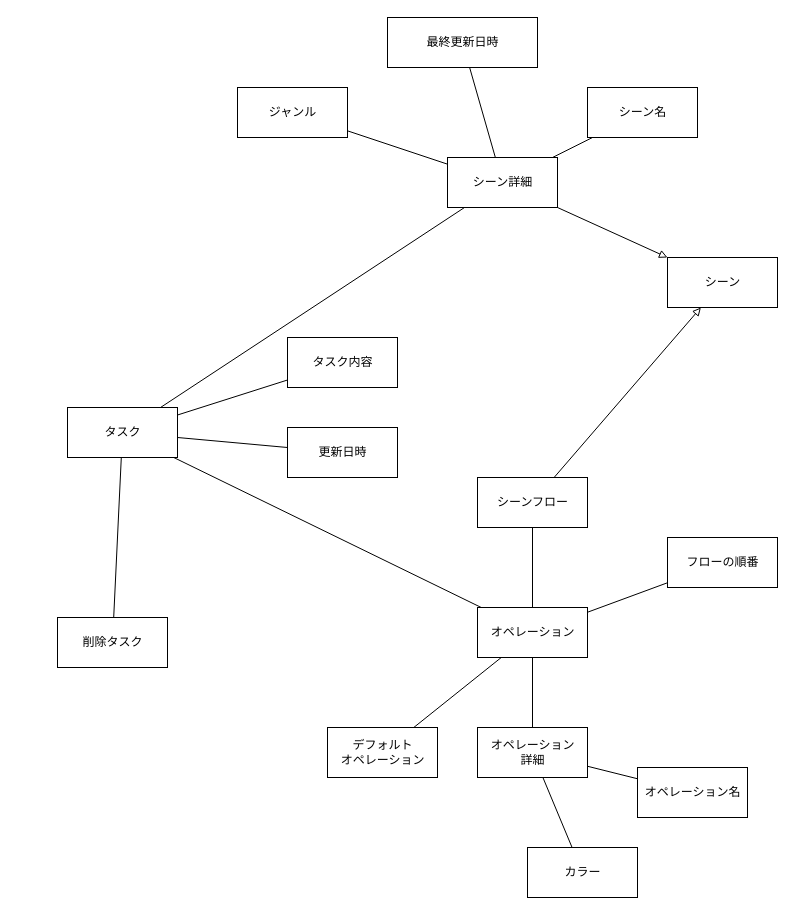
This is page "概念モデル" (1 of 2) of document/model/model.dio from takemo101/tasking-flutter, a draw.io file, before an edit. Source tidied: cells renumbered, new cells numbered last; positions are measured from the earlier drawing's top-left corner, leaving out a move shared by most shapes. Both pictures are drawn from the tidied source at 100%, with x=0, y=0 at pixel (57, 17).
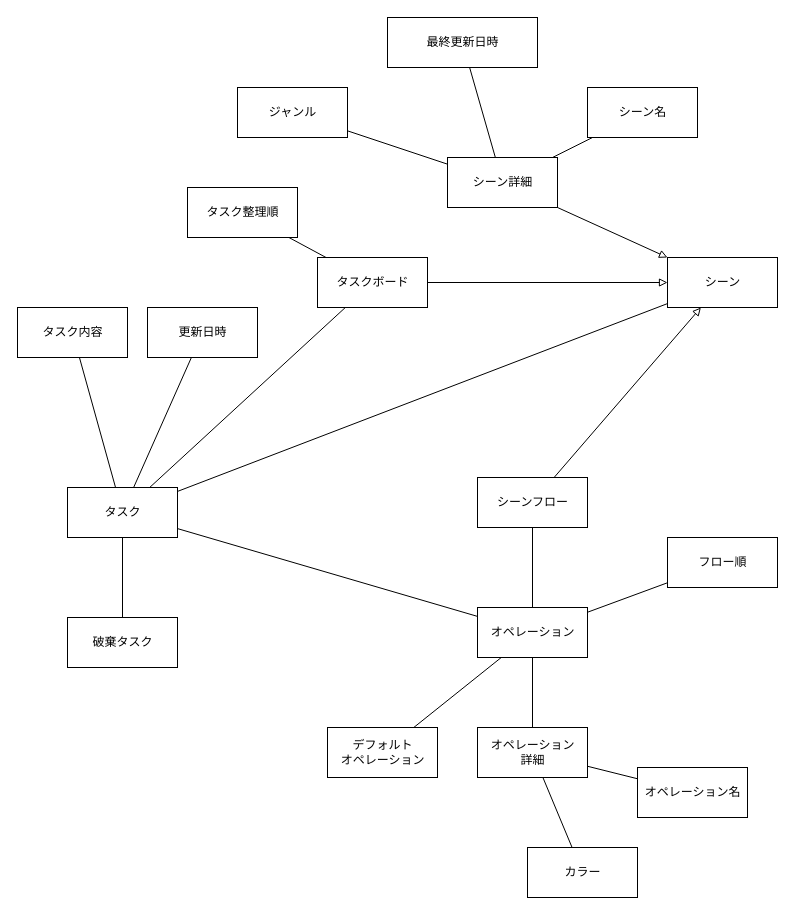
After the change.

Unchanged cells that the change refers to:
```xml
<mxCell id="4" value="シーン詳細" style="html=1;" parent="1" vertex="1">
  <mxGeometry x="390" y="140" width="110" height="50" as="geometry" />
</mxCell>
<mxCell id="33" value="シーン" style="html=1;" parent="1" vertex="1">
  <mxGeometry x="610" y="240" width="110" height="50" as="geometry" />
</mxCell>
```

Diff of the diagram source:
```diff
@@
-    <mxCell id="2" style="edgeStyle=none;html=1;endArrow=none;endFill=0;" parent="1" edge="1" source="4" target="8">
+    <mxCell id="2" style="edgeStyle=none;html=1;endArrow=none;endFill=0;" parent="1" edge="1" source="33" target="8">
       <mxGeometry relative="1" as="geometry" />
     </mxCell>
-    <mxCell id="3" style="edgeStyle=none;html=1;endArrow=block;endFill=0;" parent="1" edge="1" source="4" target="33">
+    <mxCell id="3" style="edgeStyle=none;html=1;endArrow=block;endFill=0;" parent="1" edge="1" source="35" target="33">
       <mxGeometry relative="1" as="geometry" />
     </mxCell>
@@
+    <mxCell id="34" style="edgeStyle=none;html=1;endArrow=none;endFill=0;" parent="1" edge="1" source="8" target="35">
+      <mxGeometry relative="1" as="geometry" />
+    </mxCell>
     <mxCell id="8" value="タスク" style="html=1;" parent="1" vertex="1">
-      <mxGeometry x="10" y="390" width="110" height="50" as="geometry" />
+      <mxGeometry x="10" y="470" width="110" height="50" as="geometry" />
     </mxCell>
@@
     <mxCell id="18" value="タスク内容" style="html=1;" parent="1" vertex="1">
-      <mxGeometry x="230" y="320" width="110" height="50" as="geometry" />
+      <mxGeometry x="-40" y="290" width="110" height="50" as="geometry" />
     </mxCell>
@@
-    <mxCell id="20" value="フローの順番" style="html=1;" parent="1" vertex="1">
+    <mxCell id="20" value="フロー順" style="html=1;" parent="1" vertex="1">
       <mxGeometry x="610" y="520" width="110" height="50" as="geometry" />
     </mxCell>
@@
     <mxCell id="22" value="更新日時" style="html=1;" parent="1" vertex="1">
-      <mxGeometry x="230" y="410" width="110" height="50" as="geometry" />
+      <mxGeometry x="90" y="290" width="110" height="50" as="geometry" />
     </mxCell>
@@
-    <mxCell id="24" value="削除タスク" style="html=1;" parent="1" vertex="1">
-      <mxGeometry y="600" width="110" height="50" as="geometry" />
+    <mxCell id="24" value="破棄タスク" style="html=1;" parent="1" vertex="1">
+      <mxGeometry x="10" y="600" width="110" height="50" as="geometry" />
     </mxCell>
@@
+    <mxCell id="35" value="タスクボード" style="html=1;" parent="1" vertex="1">
+      <mxGeometry x="260" y="240" width="110" height="50" as="geometry" />
+    </mxCell>
+    <mxCell id="36" style="edgeStyle=none;html=1;endArrow=block;endFill=0;" parent="1" edge="1" source="4" target="33">
+      <mxGeometry relative="1" as="geometry" />
+    </mxCell>
+    <mxCell id="37" style="edgeStyle=none;html=1;endArrow=none;endFill=0;" parent="1" edge="1" source="38" target="35">
+      <mxGeometry relative="1" as="geometry" />
+    </mxCell>
+    <mxCell id="38" value="タスク整理順" style="html=1;" parent="1" vertex="1">
+      <mxGeometry x="130" y="170" width="110" height="50" as="geometry" />
+    </mxCell>
```
